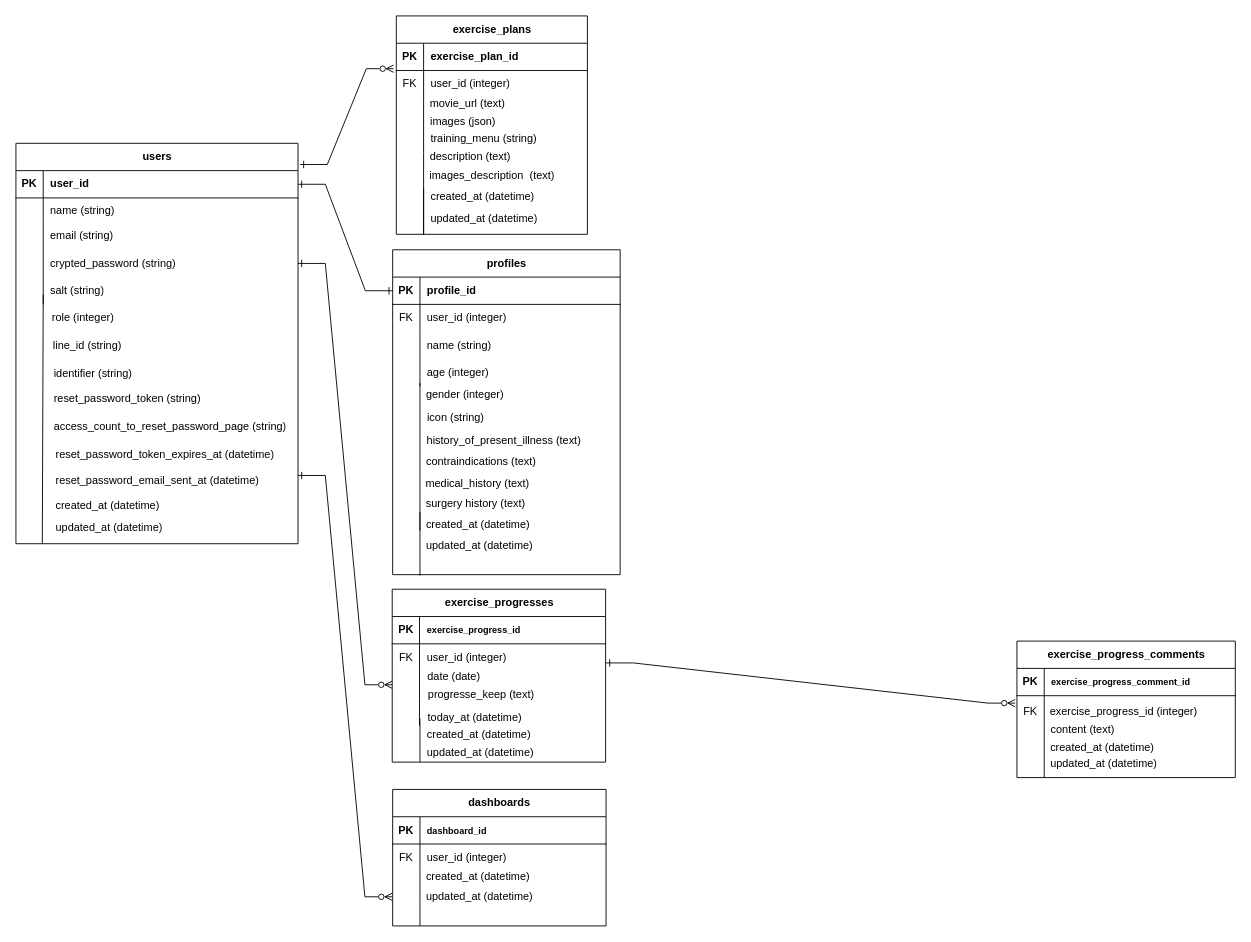
Earlier version of the draw.io diagram ER図.drawio (shimicha/rehabili_tracking_app). Source tidied: cells renumbered, new cells numbered last; positions are measured from the earlier drawing's top-left corner, leaving out a move shared by most shapes. Both pictures are drawn from the tidied source at 91%, with x=0, y=0 at pixel (15, 15).
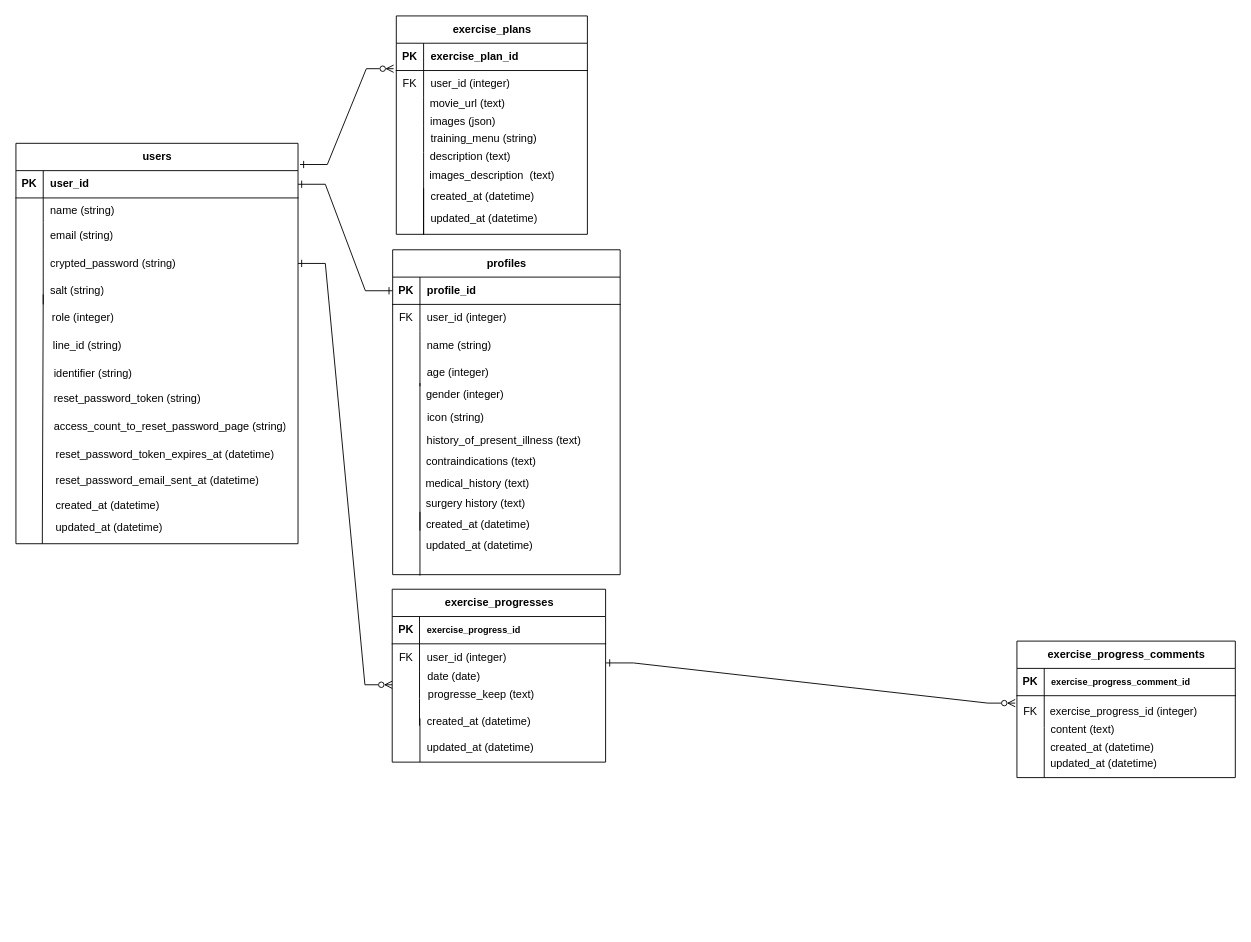
Above is the later version.

Commit message (it also covers changes not shown here):
ER図修正, カレンダー土日に色を付けた, ダミーデータ削除

Change to the diagram source:
```diff
@@
-    <mxCell id="83" value="today_at (datetime)" style="text;html=1;align=center;verticalAlign=middle;strokeColor=none;fillColor=none;fontSize=12;fontFamily=Helvetica;fontColor=default;" parent="1" vertex="1">
-      <mxGeometry x="438.5" y="756" width="130" height="30" as="geometry" />
-    </mxCell>
@@
     <mxCell id="102" value="created_at (datetime)" style="shape=partialRectangle;fillColor=none;top=0;left=0;bottom=0;right=0;align=left;spacingLeft=6;overflow=hidden;whiteSpace=wrap;html=1;" parent="1" vertex="1">
-      <mxGeometry x="444" y="775" width="150" height="30" as="geometry" />
+      <mxGeometry x="444" y="761" width="150" height="30" as="geometry" />
     </mxCell>
     <mxCell id="103" value="updated_at (datetime)" style="shape=partialRectangle;fillColor=none;top=0;left=0;bottom=0;right=0;align=left;spacingLeft=6;overflow=hidden;whiteSpace=wrap;html=1;" parent="1" vertex="1">
-      <mxGeometry x="444" y="795" width="150" height="30" as="geometry" />
+      <mxGeometry x="444" y="789" width="150" height="30" as="geometry" />
     </mxCell>
@@
-    <mxCell id="105" value="dashboards" style="shape=table;startSize=30;childLayout=tableLayout;rowLines=0;fontStyle=1;align=center;html=1;strokeColor=default;" parent="1" vertex="1">
-      <mxGeometry x="414" y="850" width="234.5" height="150" as="geometry" />
-    </mxCell>
-    <mxCell id="106" style="shape=tableRow;horizontal=0;startSize=0;swimlaneHead=0;swimlaneBody=0;fillColor=none;top=0;left=0;right=0;bottom=1;" parent="105" vertex="1">
-      <mxGeometry y="30" width="234.5" height="30" as="geometry" />
-    </mxCell>
-    <mxCell id="107" value="PK" style="shape=partialRectangle;fillColor=none;top=0;left=0;bottom=0;right=0;fontStyle=1;overflow=hidden;whiteSpace=wrap;html=1;" parent="106" vertex="1">
-      <mxGeometry width="30" height="30" as="geometry" />
-    </mxCell>
-    <mxCell id="108" value="&lt;div style=&quot;text-align: center;&quot;&gt;&lt;span style=&quot;font-size: 10px; background-color: initial;&quot;&gt;dashboard_id&lt;/span&gt;&lt;/div&gt;" style="shape=partialRectangle;fillColor=none;top=0;left=0;bottom=0;right=0;align=left;spacingLeft=6;fontStyle=1;overflow=hidden;whiteSpace=wrap;html=1;" parent="106" vertex="1">
-      <mxGeometry x="30" width="204.5" height="30" as="geometry" />
-    </mxCell>
-    <mxCell id="109" style="shape=tableRow;horizontal=0;startSize=0;swimlaneHead=0;swimlaneBody=0;fillColor=none;top=0;left=0;right=0;bottom=0;" parent="105" vertex="1">
-      <mxGeometry y="60" width="234.5" height="30" as="geometry" />
-    </mxCell>
-    <mxCell id="110" value="FK" style="shape=partialRectangle;fillColor=none;top=0;left=0;bottom=0;right=0;overflow=hidden;whiteSpace=wrap;html=1;" parent="109" vertex="1">
-      <mxGeometry width="30" height="30" as="geometry" />
-    </mxCell>
-    <mxCell id="111" value="user_id&amp;nbsp;(integer)" style="shape=partialRectangle;fillColor=none;top=0;left=0;bottom=0;right=0;align=left;spacingLeft=6;overflow=hidden;whiteSpace=wrap;html=1;" parent="109" vertex="1">
-      <mxGeometry x="30" width="204.5" height="30" as="geometry" />
-    </mxCell>
-    <mxCell id="112" style="shape=tableRow;horizontal=0;startSize=0;swimlaneHead=0;swimlaneBody=0;fillColor=none;top=0;left=0;right=0;bottom=0;" parent="105" vertex="1">
-      <mxGeometry y="90" width="234.5" height="30" as="geometry" />
-    </mxCell>
-    <mxCell id="113" style="shape=partialRectangle;fillColor=none;top=0;left=0;bottom=0;right=0;overflow=hidden;whiteSpace=wrap;html=1;" parent="112" vertex="1">
-      <mxGeometry width="30" height="30" as="geometry" />
-    </mxCell>
-    <mxCell id="114" style="shape=partialRectangle;fillColor=none;top=0;left=0;bottom=0;right=0;align=left;spacingLeft=6;overflow=hidden;whiteSpace=wrap;html=1;" parent="112" vertex="1">
-      <mxGeometry x="30" width="204.5" height="30" as="geometry" />
-    </mxCell>
-    <mxCell id="115" style="shape=tableRow;horizontal=0;startSize=0;swimlaneHead=0;swimlaneBody=0;fillColor=none;top=0;left=0;right=0;bottom=0;" parent="105" vertex="1">
-      <mxGeometry y="120" width="234.5" height="30" as="geometry" />
-    </mxCell>
-    <mxCell id="116" style="shape=partialRectangle;fillColor=none;top=0;left=0;bottom=0;right=0;overflow=hidden;whiteSpace=wrap;html=1;" parent="115" vertex="1">
-      <mxGeometry width="30" height="30" as="geometry" />
-    </mxCell>
-    <mxCell id="117" style="shape=partialRectangle;fillColor=none;top=0;left=0;bottom=0;right=0;align=left;spacingLeft=6;overflow=hidden;whiteSpace=wrap;html=1;" parent="115" vertex="1">
-      <mxGeometry x="30" width="204.5" height="30" as="geometry" />
-    </mxCell>
-    <mxCell id="118" value="created_at (datetime)" style="shape=partialRectangle;fillColor=none;top=0;left=0;bottom=0;right=0;align=left;spacingLeft=6;overflow=hidden;whiteSpace=wrap;html=1;" parent="1" vertex="1">
-      <mxGeometry x="443" y="931" width="150" height="30" as="geometry" />
-    </mxCell>
-    <mxCell id="119" value="updated_at (datetime)" style="shape=partialRectangle;fillColor=none;top=0;left=0;bottom=0;right=0;align=left;spacingLeft=6;overflow=hidden;whiteSpace=wrap;html=1;" parent="1" vertex="1">
-      <mxGeometry x="443" y="953" width="150" height="30" as="geometry" />
-    </mxCell>
@@
-    <mxCell id="122" style="edgeStyle=entityRelationEdgeStyle;fontSize=12;html=1;endArrow=ERzeroToMany;endFill=0;rounded=0;fontFamily=Helvetica;fontColor=default;startArrow=ERone;startFill=0;entryX=0;entryY=0.5;entryDx=0;entryDy=0;exitX=1;exitY=0.5;exitDx=0;exitDy=0;" parent="1" edge="1">
-      <mxGeometry relative="1" as="geometry">
-        <mxPoint x="310" y="505" as="sourcePoint" />
-        <mxPoint x="413.5" y="968" as="targetPoint" />
-        <Array as="points">
-          <mxPoint x="280" y="600" />
-          <mxPoint x="400" y="1233" />
-          <mxPoint x="340" y="1038" />
-          <mxPoint x="360" y="1083" />
-        </Array>
-      </mxGeometry>
-    </mxCell>
```
